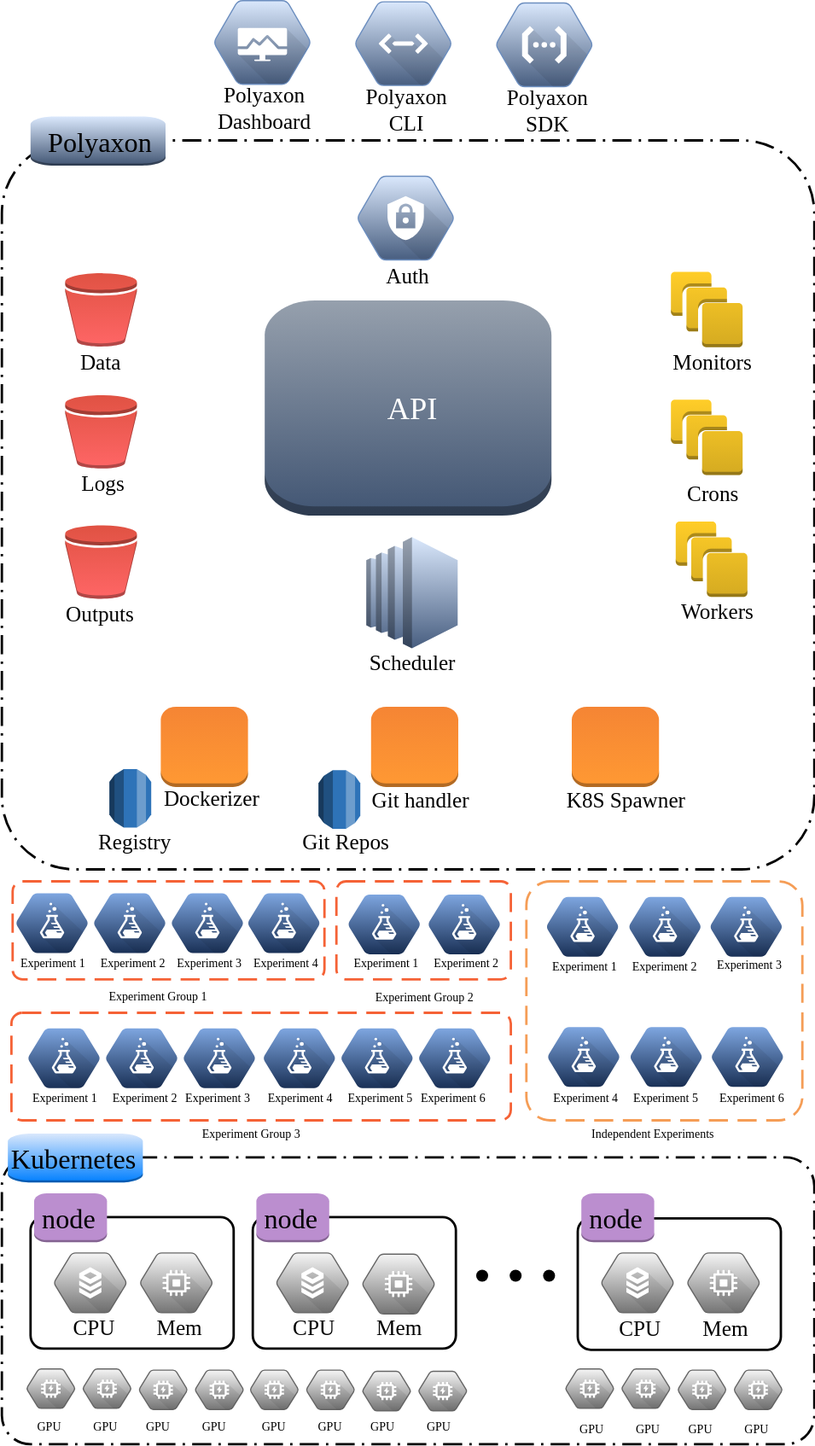
Earlier version of the draw.io export templates/images/polyaxon_architecture.svg (polyaxon/polyaxon). Source tidied: cells renumbered, new cells last; positions are measured from the earlier drawing's top-left corner, leaving out a move shared by most shapes.
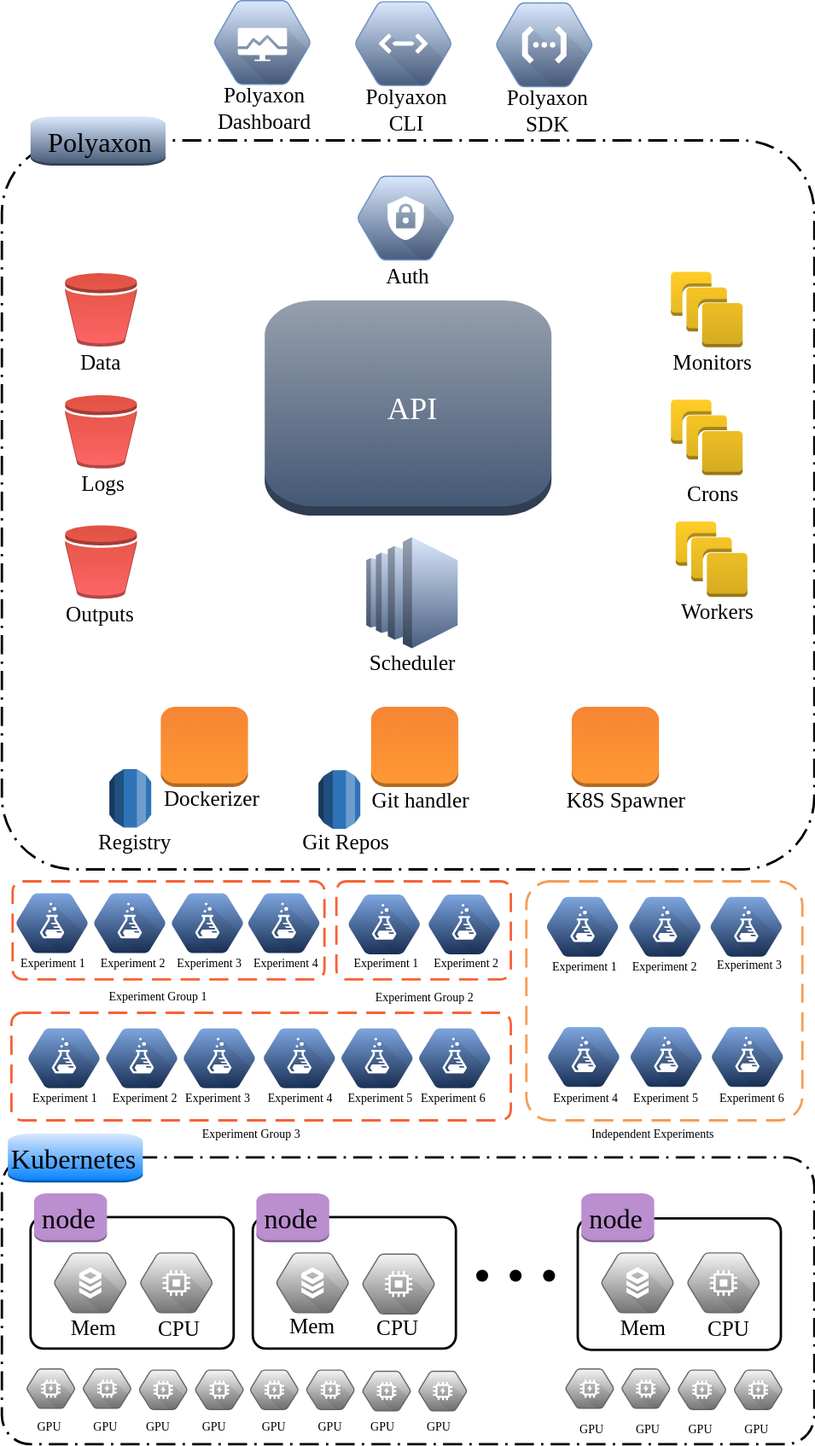
After the change.

Commit message:
Update experiment architecture images

Diff of the diagram source:
```diff
@@ -176,24 +176,9 @@
     <mxCell id="59" style="shape=mxgraph.gcp.compute.gpu;html=1;fillColor=#f5f5f5;gradientColor=#757575;strokeColor=#666666;verticalLabelPosition=bottom;verticalAlign=top;align=center;labelBackgroundColor=none;fontFamily=calibri;fontSize=26;" parent="1" vertex="1">
       <mxGeometry x="613" y="1146" width="40" height="33" as="geometry" />
     </mxCell>
-    <mxCell id="60" value="&lt;div&gt;CPU&lt;/div&gt;" style="text;html=1;align=center;verticalAlign=top;spacingTop=-4;fontSize=18;fontFamily=calibri;" parent="1" vertex="1">
-      <mxGeometry x="50" y="1098" width="50" height="20" as="geometry" />
-    </mxCell>
     <mxCell id="61" value="&lt;div&gt;Mem&lt;/div&gt;" style="text;html=1;align=center;verticalAlign=top;spacingTop=-4;fontSize=18;fontFamily=calibri;" parent="1" vertex="1">
-      <mxGeometry x="124" y="1098" width="50" height="20" as="geometry" />
+      <mxGeometry x="52" y="1098" width="50" height="20" as="geometry" />
     </mxCell>
-    <mxCell id="62" value="&lt;div&gt;CPU&lt;/div&gt;" style="text;html=1;align=center;verticalAlign=top;spacingTop=-4;fontSize=18;fontFamily=calibri;" parent="1" vertex="1">
-      <mxGeometry x="234" y="1098" width="50" height="20" as="geometry" />
-    </mxCell>
-    <mxCell id="63" value="&lt;div&gt;Mem&lt;/div&gt;" style="text;html=1;align=center;verticalAlign=top;spacingTop=-4;fontSize=18;fontFamily=calibri;" parent="1" vertex="1">
-      <mxGeometry x="308" y="1098" width="50" height="20" as="geometry" />
-    </mxCell>
-    <mxCell id="64" value="&lt;div&gt;CPU&lt;/div&gt;" style="text;html=1;align=center;verticalAlign=top;spacingTop=-4;fontSize=18;fontFamily=calibri;" parent="1" vertex="1">
-      <mxGeometry x="507" y="1099" width="50" height="20" as="geometry" />
-    </mxCell>
-    <mxCell id="65" value="&lt;div&gt;Mem&lt;/div&gt;" style="text;html=1;align=center;verticalAlign=top;spacingTop=-4;fontSize=18;fontFamily=calibri;" parent="1" vertex="1">
-      <mxGeometry x="581" y="1099" width="50" height="20" as="geometry" />
-    </mxCell>
     <mxCell id="66" value="&lt;div style=&quot;font-size: 10px&quot;&gt;GPU&lt;/div&gt;" style="text;html=1;align=center;verticalAlign=top;spacingTop=-4;fontSize=18;fontFamily=calibri;" parent="1" vertex="1">
       <mxGeometry x="24" y="1178" width="30" height="20" as="geometry" />
     </mxCell>
@@ -380,5 +365,20 @@
     <mxCell id="127" value="&lt;div&gt;Workers&lt;/div&gt;" style="text;html=1;align=center;verticalAlign=top;spacingTop=-4;fontSize=18;fontFamily=calibri;" parent="1" vertex="1">
       <mxGeometry x="559" y="499" width="80" height="20" as="geometry" />
     </mxCell>
+    <mxCell id="128" value="&lt;div&gt;CPU&lt;/div&gt;" style="text;html=1;align=center;verticalAlign=top;spacingTop=-4;fontSize=18;fontFamily=calibri;" parent="1" vertex="1">
+      <mxGeometry x="121" y="1099" width="50" height="20" as="geometry" />
+    </mxCell>
+    <mxCell id="129" value="&lt;div&gt;Mem&lt;/div&gt;" style="text;html=1;align=center;verticalAlign=top;spacingTop=-4;fontSize=18;fontFamily=calibri;" parent="1" vertex="1">
+      <mxGeometry x="235" y="1097" width="50" height="20" as="geometry" />
+    </mxCell>
+    <mxCell id="130" value="&lt;div&gt;CPU&lt;/div&gt;" style="text;html=1;align=center;verticalAlign=top;spacingTop=-4;fontSize=18;fontFamily=calibri;" parent="1" vertex="1">
+      <mxGeometry x="304" y="1098" width="50" height="20" as="geometry" />
+    </mxCell>
+    <mxCell id="131" value="&lt;div&gt;Mem&lt;/div&gt;" style="text;html=1;align=center;verticalAlign=top;spacingTop=-4;fontSize=18;fontFamily=calibri;" parent="1" vertex="1">
+      <mxGeometry x="512" y="1098" width="50" height="20" as="geometry" />
+    </mxCell>
+    <mxCell id="132" value="&lt;div&gt;CPU&lt;/div&gt;" style="text;html=1;align=center;verticalAlign=top;spacingTop=-4;fontSize=18;fontFamily=calibri;" parent="1" vertex="1">
+      <mxGeometry x="581" y="1099" width="50" height="20" as="geometry" />
+    </mxCell>
   </root>
 </mxGraphModel>
```
